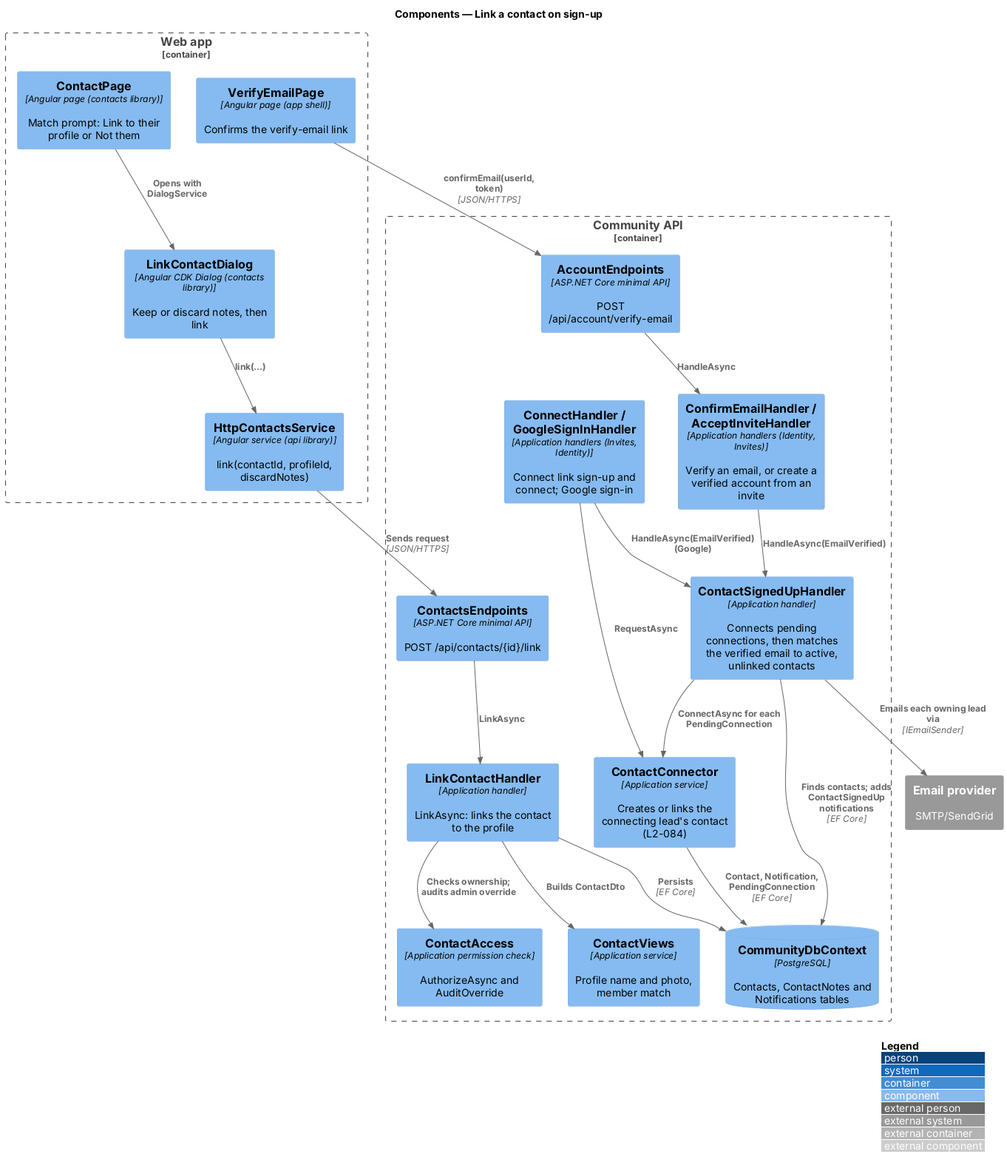
Before: docs/detailed-designs/contacts/link-contact-on-sign-up/diagrams/c4-component.png, a diagram exported from PlantUML (QuinntyneBrown/faithtech-community). Its diagram source:
```plantuml
@startuml
!include <C4/C4_Component>
LAYOUT_WITH_LEGEND()
title Components — Link a contact on sign-up
Container_Boundary(web, "Web app") {
  Component(verify, "VerifyEmailPage", "Angular page (app shell)", "Confirms the verify-email link")
  Component(page, "ContactPage", "Angular page (contacts library)", "Match prompt: Link to their profile or Not them")
  Component(dlg, "LinkContactDialog", "Angular CDK Dialog (contacts library)", "Keep or discard notes, then link")
  Component(svc, "HttpContactsService", "Angular service (api library)", "link(contactId, profileId, discardNotes)")
}
Container_Boundary(api, "Community API") {
  Component(acct, "AccountEndpoints", "ASP.NET Core minimal API", "POST /api/account/verify-email")
  Component(confirm, "ConfirmEmailHandler / AcceptInviteHandler", "Application handlers (Identity, Invites)", "Verify an email, or create a verified account from an invite")
  Component(evt, "ContactSignedUpHandler", "Application handler", "Connects pending connections, then matches the verified email to active, unlinked contacts")
  Component(conn, "ContactConnector", "Application service", "Creates or links the connecting lead's contact (L2-084)")
  Component(connect, "ConnectHandler / GoogleSignInHandler", "Application handlers (Invites, Identity)", "Connect link sign-up and connect; Google sign-in")
  Component(ep, "ContactsEndpoints", "ASP.NET Core minimal API", "POST /api/contacts/{id}/link")
  Component(h, "LinkContactHandler", "Application handler", "LinkAsync: links the contact to the profile")
  Component(acc, "ContactAccess", "Application permission check", "AuthorizeAsync and AuditOverride")
  Component(views, "ContactViews", "Application service", "Profile name and photo, member match")
  ComponentDb(db, "CommunityDbContext", "PostgreSQL", "Contacts, ContactNotes and Notifications tables")
}
System_Ext(email, "Email provider", "SMTP/SendGrid")
Rel(verify, acct, "confirmEmail(userId, token)", "JSON/HTTPS")
Rel(acct, confirm, "HandleAsync")
Rel(confirm, evt, "HandleAsync(EmailVerified)")
Rel(evt, conn, "ConnectAsync for each PendingConnection")
Rel(connect, conn, "RequestAsync")
Rel(connect, evt, "HandleAsync(EmailVerified) (Google)")
Rel(conn, db, "Contact, Notification, PendingConnection", "EF Core")
Rel(evt, db, "Finds contacts; adds ContactSignedUp notifications", "EF Core")
Rel(evt, email, "Emails each owning lead via", "IEmailSender")
Rel(page, dlg, "Opens with DialogService")
Rel(dlg, svc, "link(...)")
Rel(svc, ep, "Sends request", "JSON/HTTPS")
Rel(ep, h, "LinkAsync")
Rel(h, acc, "Checks ownership; audits admin override")
Rel(h, views, "Builds ContactDto")
Rel(h, db, "Persists", "EF Core")
@enduml
```
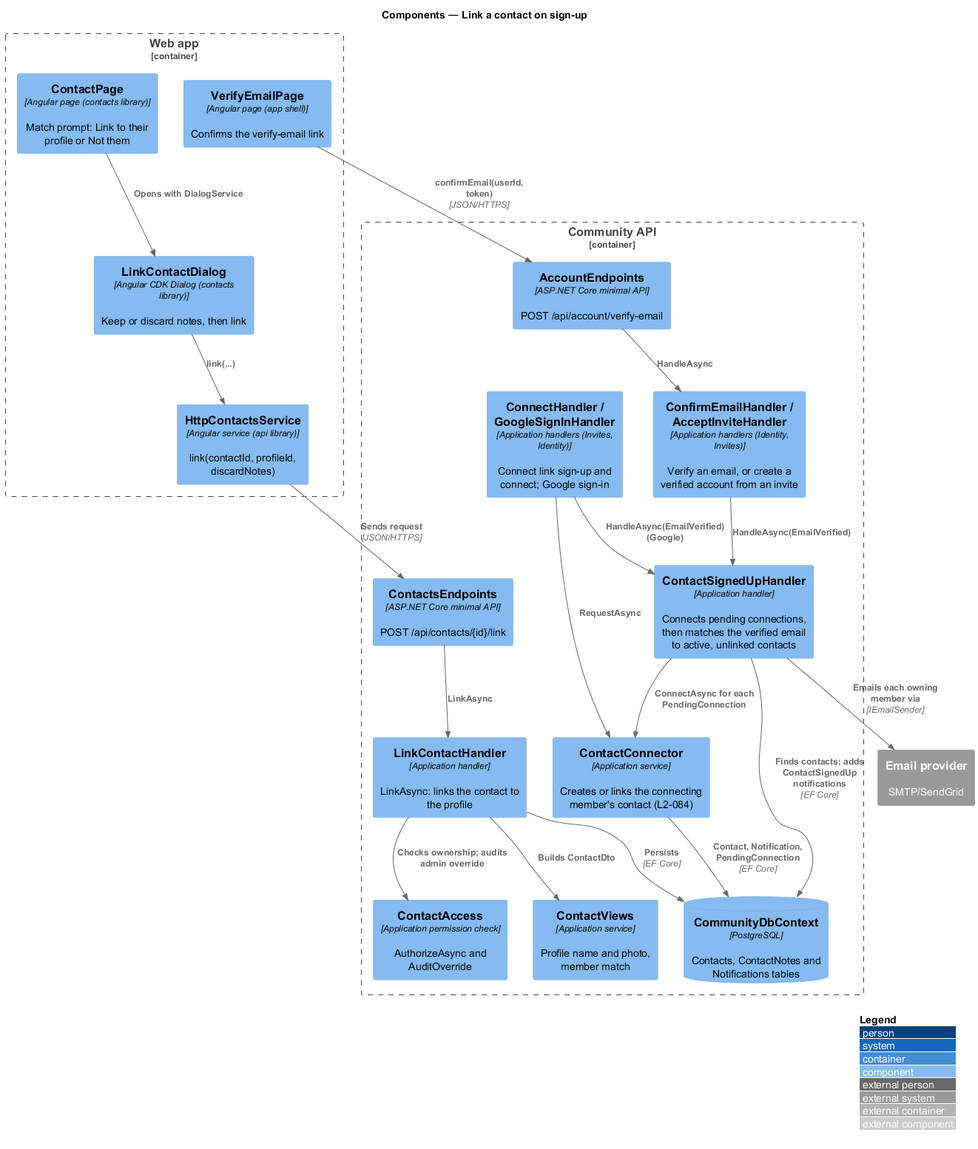
After the change.

Diff of the diagram source:
```diff
@@ -12,7 +12,7 @@
   Component(acct, "AccountEndpoints", "ASP.NET Core minimal API", "POST /api/account/verify-email")
   Component(confirm, "ConfirmEmailHandler / AcceptInviteHandler", "Application handlers (Identity, Invites)", "Verify an email, or create a verified account from an invite")
   Component(evt, "ContactSignedUpHandler", "Application handler", "Connects pending connections, then matches the verified email to active, unlinked contacts")
-  Component(conn, "ContactConnector", "Application service", "Creates or links the connecting lead's contact (L2-084)")
+  Component(conn, "ContactConnector", "Application service", "Creates or links the connecting member's contact (L2-084)")
   Component(connect, "ConnectHandler / GoogleSignInHandler", "Application handlers (Invites, Identity)", "Connect link sign-up and connect; Google sign-in")
   Component(ep, "ContactsEndpoints", "ASP.NET Core minimal API", "POST /api/contacts/{id}/link")
   Component(h, "LinkContactHandler", "Application handler", "LinkAsync: links the contact to the profile")
@@ -29,7 +29,7 @@
 Rel(connect, evt, "HandleAsync(EmailVerified) (Google)")
 Rel(conn, db, "Contact, Notification, PendingConnection", "EF Core")
 Rel(evt, db, "Finds contacts; adds ContactSignedUp notifications", "EF Core")
-Rel(evt, email, "Emails each owning lead via", "IEmailSender")
+Rel(evt, email, "Emails each owning member via", "IEmailSender")
 Rel(page, dlg, "Opens with DialogService")
 Rel(dlg, svc, "link(...)")
 Rel(svc, ep, "Sends request", "JSON/HTTPS")
```
